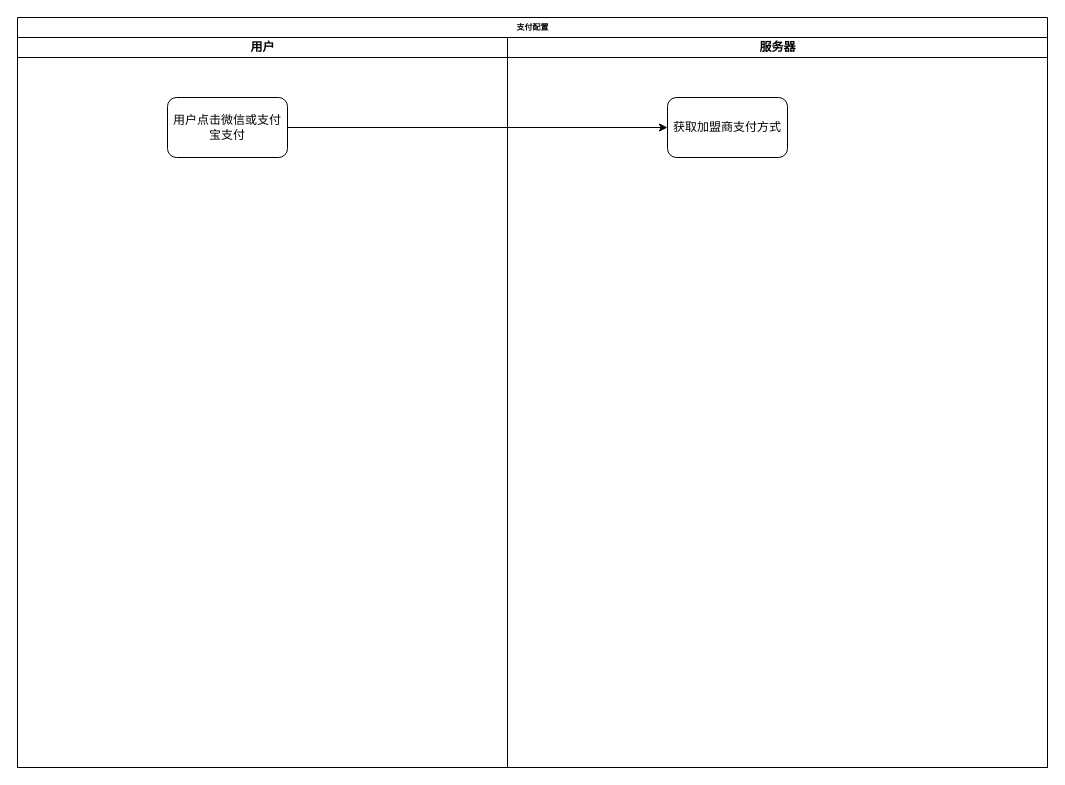
Above: DrawFiles/PayServer/支付配置.drawio in Txooo/Txooo.SuperMarket (draw.io), before the change. Source tidied: cells renumbered, new cells numbered last; positions are measured from the earlier drawing's top-left corner, leaving out a move shared by most shapes. Both pictures are drawn from the tidied source at 100%, with x=0, y=0 at pixel (17, 17).
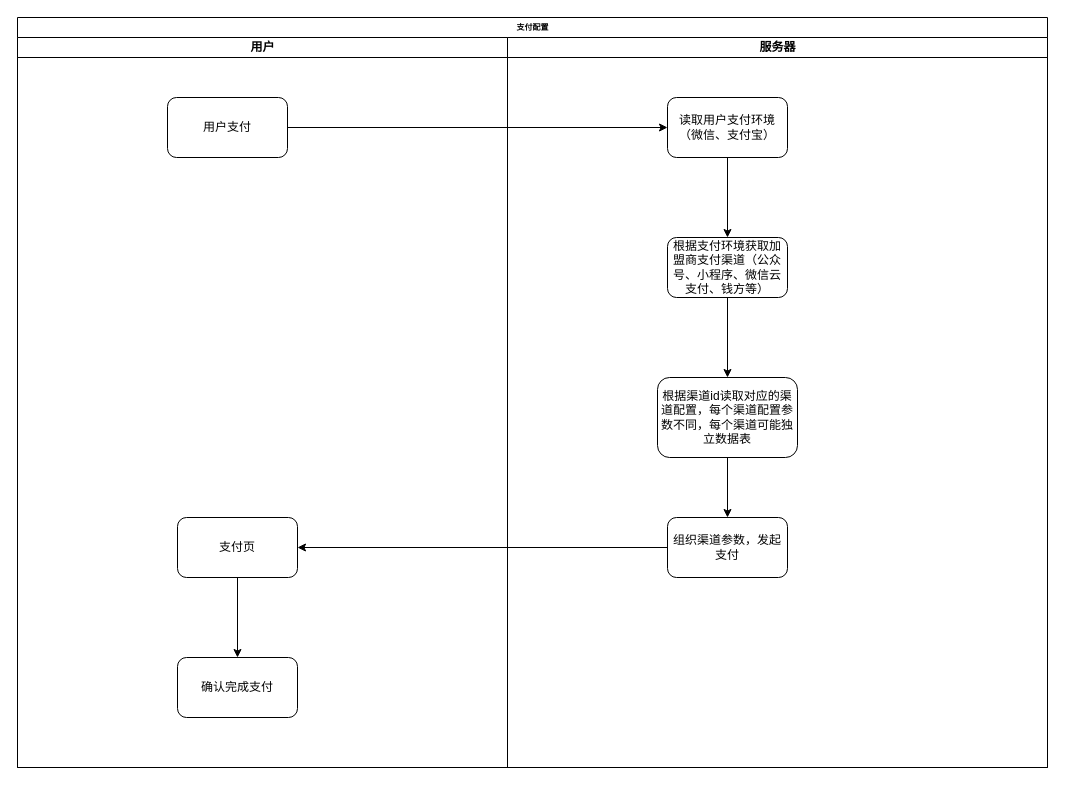
The same diagram, later.

Commit message (it also covers changes not shown here):
更新支付配置.drawio

Diff of the diagram source:
```diff
@@
 <mxGraphModel background="#ffffff">
   <root>
     <mxCell id="0" />
     <mxCell id="1" parent="0" />
     <mxCell id="2" value="支付配置" style="swimlane;html=1;startSize=20;rounded=0;shadow=0;labelBackgroundColor=none;strokeColor=#000000;strokeWidth=1;fillColor=#ffffff;fontFamily=Verdana;fontSize=8;fontColor=#000000;align=center;" parent="1" vertex="1">
       <mxGeometry width="1030" height="750" as="geometry" />
     </mxCell>
     <mxCell id="3" value="用户" style="swimlane;html=1;startSize=20;" parent="2" vertex="1">
       <mxGeometry y="20" width="490" height="730" as="geometry" />
     </mxCell>
-    <mxCell id="4" value="用户点击微信或支付宝支付" style="rounded=1;whiteSpace=wrap;html=1;" parent="3" vertex="1">
+    <mxCell id="4" value="用户支付" style="rounded=1;whiteSpace=wrap;html=1;" parent="3" vertex="1">
       <mxGeometry x="150" y="60" width="120" height="60" as="geometry" />
     </mxCell>
+    <mxCell id="8" style="edgeStyle=orthogonalEdgeStyle;rounded=0;jettySize=auto;html=1;" parent="3" edge="1" source="9" target="10">
+      <mxGeometry relative="1" as="geometry" />
+    </mxCell>
+    <mxCell id="9" value="支付页" style="rounded=1;whiteSpace=wrap;html=1;" parent="3" vertex="1">
+      <mxGeometry x="160" y="480" width="120" height="60" as="geometry" />
+    </mxCell>
+    <mxCell id="10" value="确认完成支付" style="rounded=1;whiteSpace=wrap;html=1;" parent="3" vertex="1">
+      <mxGeometry x="160" y="620" width="120" height="60" as="geometry" />
+    </mxCell>
     <mxCell id="5" value="服务器" style="swimlane;html=1;startSize=20;" parent="2" vertex="1">
       <mxGeometry x="490" y="20" width="540" height="730" as="geometry" />
     </mxCell>
+    <mxCell id="11" style="edgeStyle=orthogonalEdgeStyle;rounded=0;jettySize=auto;html=1;" parent="5" edge="1" source="6" target="13">
+      <mxGeometry relative="1" as="geometry" />
+    </mxCell>
-    <mxCell id="6" value="获取加盟商支付方式" style="rounded=1;whiteSpace=wrap;html=1;" parent="5" vertex="1">
+    <mxCell id="6" value="读取用户支付环境（微信、支付宝）" style="rounded=1;whiteSpace=wrap;html=1;" parent="5" vertex="1">
       <mxGeometry x="160" y="60" width="120" height="60" as="geometry" />
     </mxCell>
+    <mxCell id="12" style="edgeStyle=orthogonalEdgeStyle;rounded=0;jettySize=auto;html=1;" parent="5" edge="1" source="13" target="15">
+      <mxGeometry relative="1" as="geometry" />
+    </mxCell>
+    <mxCell id="13" value="根据支付环境获取加盟商支付渠道（公众号、小程序、微信云支付、钱方等）" style="rounded=1;whiteSpace=wrap;html=1;" parent="5" vertex="1">
+      <mxGeometry x="160" y="200" width="120" height="60" as="geometry" />
+    </mxCell>
+    <mxCell id="14" style="edgeStyle=orthogonalEdgeStyle;rounded=0;jettySize=auto;html=1;" parent="5" edge="1" source="15" target="16">
+      <mxGeometry relative="1" as="geometry" />
+    </mxCell>
+    <mxCell id="15" value="根据渠道id读取对应的渠道配置，每个渠道配置参数不同，每个渠道可能独立数据表" style="rounded=1;whiteSpace=wrap;html=1;" parent="5" vertex="1">
+      <mxGeometry x="150" y="340" width="140" height="80" as="geometry" />
+    </mxCell>
+    <mxCell id="16" value="组织渠道参数，发起支付" style="rounded=1;whiteSpace=wrap;html=1;" parent="5" vertex="1">
+      <mxGeometry x="160" y="480" width="120" height="60" as="geometry" />
+    </mxCell>
     <mxCell id="7" style="edgeStyle=orthogonalEdgeStyle;rounded=0;jettySize=auto;html=1;" parent="2" edge="1" source="4" target="6">
       <mxGeometry relative="1" as="geometry" />
     </mxCell>
+    <mxCell id="17" style="edgeStyle=orthogonalEdgeStyle;rounded=0;jettySize=auto;html=1;" parent="2" edge="1" source="16" target="9">
+      <mxGeometry relative="1" as="geometry" />
+    </mxCell>
   </root>
 </mxGraphModel>
```
